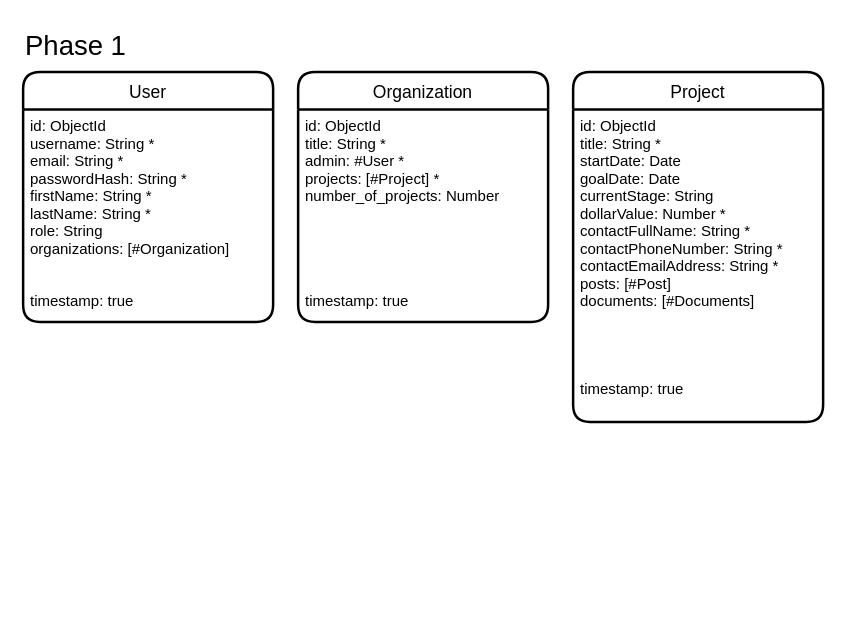
jpcastanoweb/buggr keeps this draw.io diagram as resources/database-model.drawio. Above is the earlier version. Source tidied: cells renumbered, new cells numbered last; positions are measured from the earlier drawing's top-left corner, leaving out a move shared by most shapes. Both pictures are drawn from the tidied source at 125%, with x=0, y=0 at pixel (22, 21).
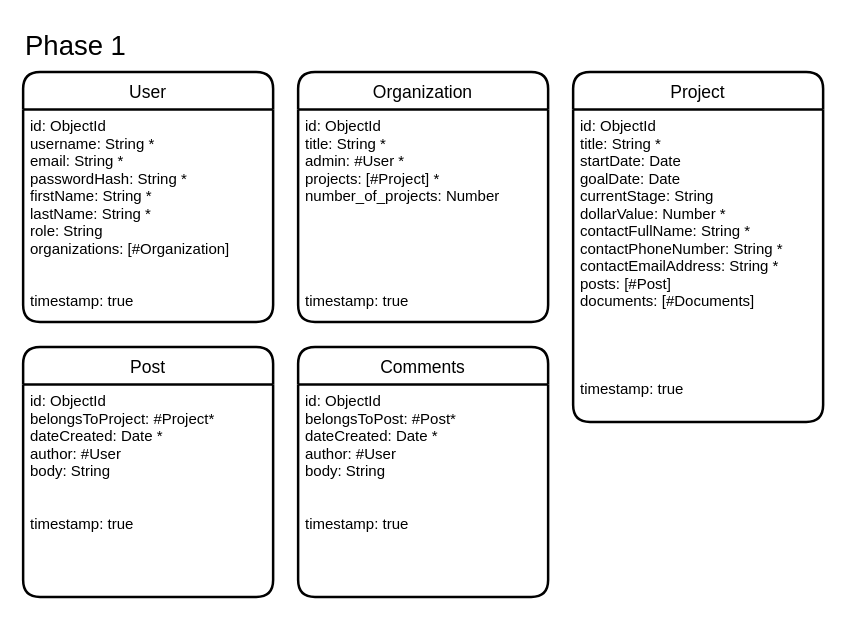
The same page after the edit.

Commit message:
Update Posts and Comments database-model.drawio

Diff of the diagram source:
```diff
@@
 <mxGraphModel>
   <root>
     <mxCell id="0" />
     <mxCell id="1" parent="0" />
     <mxCell id="2" value="&lt;font style=&quot;font-size: 22px&quot;&gt;Phase 1&lt;/font&gt;" style="text;html=1;strokeColor=none;fillColor=none;align=left;verticalAlign=middle;whiteSpace=wrap;rounded=0;" parent="1" vertex="1">
       <mxGeometry width="150" height="40" as="geometry" />
     </mxCell>
     <mxCell id="3" value="User" style="swimlane;horizontal=1;startSize=30;rounded=1;fontSize=14;fontStyle=0;strokeWidth=2;shadow=0;dashed=0;align=center;" parent="1" vertex="1">
       <mxGeometry y="40" width="200" height="200" as="geometry" />
     </mxCell>
     <mxCell id="4" value="id: ObjectId&#10;username: String *&#10;email: String *&#10;passwordHash: String *&#10;firstName: String *&#10;lastName: String *&#10;role: String&#10;organizations: [#Organization]&#10;&#10;&#10;timestamp: true" style="align=left;strokeColor=none;fillColor=none;spacingLeft=4;fontSize=12;verticalAlign=top;" parent="3" vertex="1">
       <mxGeometry y="30" width="200" height="170" as="geometry" />
     </mxCell>
     <mxCell id="5" value="Organization" style="swimlane;horizontal=1;startSize=30;rounded=1;fontSize=14;fontStyle=0;strokeWidth=2;shadow=0;dashed=0;align=center;" parent="1" vertex="1">
       <mxGeometry x="220" y="40" width="200" height="200" as="geometry" />
     </mxCell>
     <mxCell id="6" value="id: ObjectId&#10;title: String *&#10;admin: #User *&#10;projects: [#Project] *&#10;number_of_projects: Number&#10;&#10;&#10;&#10;&#10;&#10;timestamp: true" style="align=left;strokeColor=none;fillColor=none;spacingLeft=4;fontSize=12;verticalAlign=top;" parent="5" vertex="1">
       <mxGeometry y="30" width="200" height="170" as="geometry" />
     </mxCell>
     <mxCell id="7" value="Project" style="swimlane;horizontal=1;startSize=30;rounded=1;fontSize=14;fontStyle=0;strokeWidth=2;shadow=0;dashed=0;align=center;" parent="1" vertex="1">
       <mxGeometry x="440" y="40" width="200" height="280" as="geometry" />
     </mxCell>
     <mxCell id="8" value="id: ObjectId&#10;title: String *&#10;startDate: Date&#10;goalDate: Date&#10;currentStage: String&#10;dollarValue: Number *&#10;contactFullName: String *&#10;contactPhoneNumber: String *&#10;contactEmailAddress: String *&#10;posts: [#Post]&#10;documents: [#Documents]&#10;&#10;&#10;&#10;&#10;timestamp: true" style="align=left;strokeColor=none;fillColor=none;spacingLeft=4;fontSize=12;verticalAlign=top;" parent="7" vertex="1">
       <mxGeometry y="30" width="200" height="250" as="geometry" />
     </mxCell>
+    <mxCell id="9" value="Post" style="swimlane;horizontal=1;startSize=30;rounded=1;fontSize=14;fontStyle=0;strokeWidth=2;shadow=0;dashed=0;align=center;" parent="1" vertex="1">
+      <mxGeometry y="260" width="200" height="200" as="geometry" />
+    </mxCell>
+    <mxCell id="10" value="id: ObjectId&#10;belongsToProject: #Project*&#10;dateCreated: Date *&#10;author: #User&#10;body: String&#10;&#10;&#10;timestamp: true" style="align=left;strokeColor=none;fillColor=none;spacingLeft=4;fontSize=12;verticalAlign=top;" parent="9" vertex="1">
+      <mxGeometry y="30" width="200" height="170" as="geometry" />
+    </mxCell>
+    <mxCell id="11" value="Comments" style="swimlane;horizontal=1;startSize=30;rounded=1;fontSize=14;fontStyle=0;strokeWidth=2;shadow=0;dashed=0;align=center;" parent="1" vertex="1">
+      <mxGeometry x="220" y="260" width="200" height="200" as="geometry" />
+    </mxCell>
+    <mxCell id="12" value="id: ObjectId&#10;belongsToPost: #Post*&#10;dateCreated: Date *&#10;author: #User&#10;body: String&#10;&#10;&#10;timestamp: true" style="align=left;strokeColor=none;fillColor=none;spacingLeft=4;fontSize=12;verticalAlign=top;" parent="11" vertex="1">
+      <mxGeometry y="30" width="200" height="170" as="geometry" />
+    </mxCell>
   </root>
 </mxGraphModel>
```
